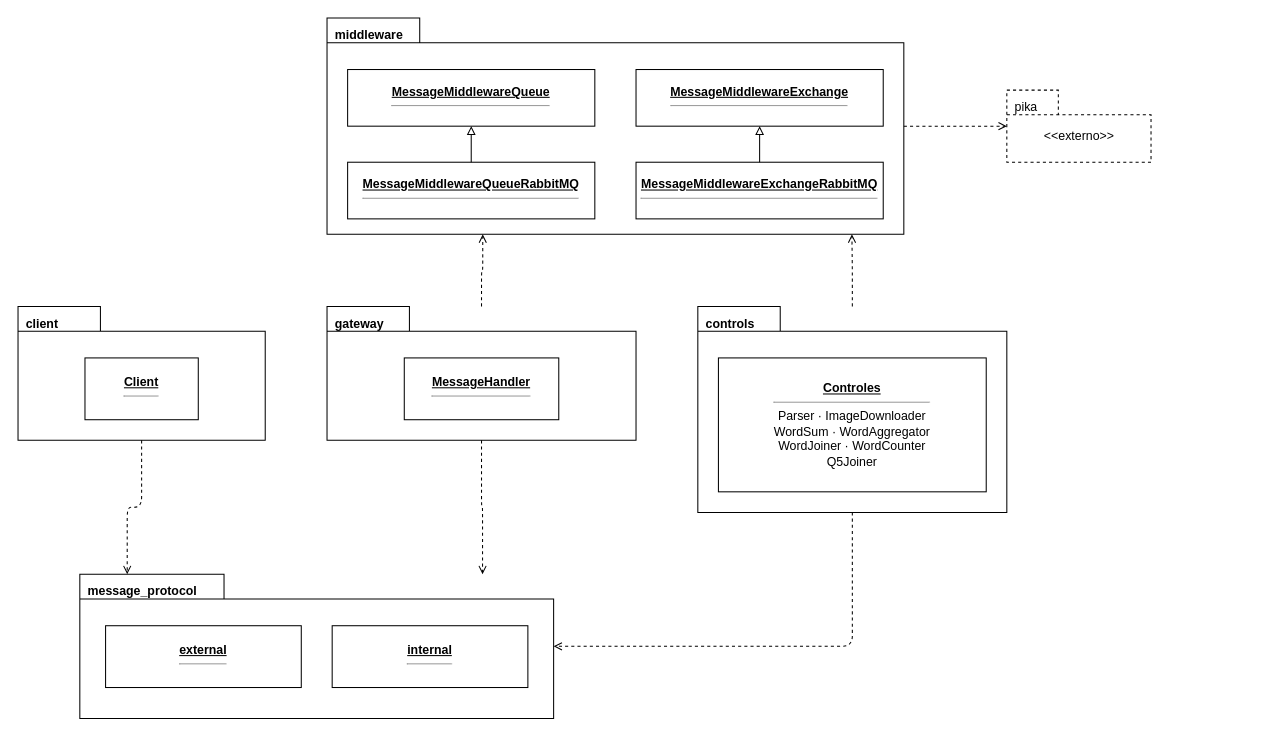
LuccaMarino/tp-grupal_Distribuidos keeps this draw.io diagram as diseño/diagramas/paquetes.drawio. Above is the earlier version. Source tidied: cells renumbered, new cells numbered last; positions are measured from the earlier drawing's top-left corner, leaving out a move shared by most shapes. Both pictures are drawn from the tidied source at 103%, with x=0, y=0 at pixel (18, 18).
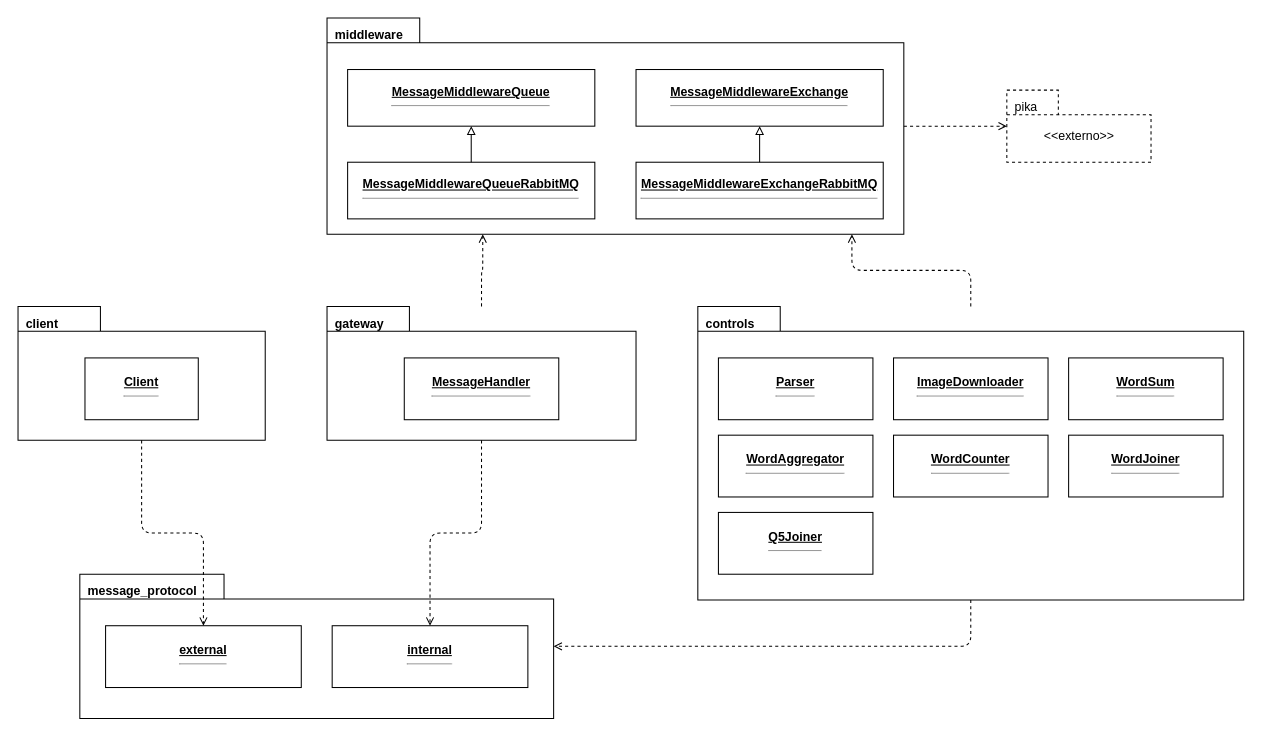
The same diagram, later.

Unchanged cells that the change refers to:
```xml
<mxCell id="11" value="client" style="shape=folder;fontStyle=1;tabWidth=80;tabHeight=24;tabPosition=left;html=1;whiteSpace=wrap;align=left;spacingLeft=6;verticalAlign=top;spacingTop=3;" parent="1" vertex="1">
  <mxGeometry y="280" width="240" height="130" as="geometry" />
</mxCell>
<mxCell id="13" value="gateway" style="shape=folder;fontStyle=1;tabWidth=80;tabHeight=24;tabPosition=left;html=1;whiteSpace=wrap;align=left;spacingLeft=6;verticalAlign=top;spacingTop=3;" parent="1" vertex="1">
  <mxGeometry x="300" y="280" width="300" height="130" as="geometry" />
</mxCell>
<mxCell id="17" value="message_protocol" style="shape=folder;fontStyle=1;tabWidth=140;tabHeight=24;tabPosition=left;html=1;whiteSpace=wrap;align=left;spacingLeft=6;verticalAlign=top;spacingTop=3;" parent="1" vertex="1">
  <mxGeometry x="60" y="540" width="460" height="140" as="geometry" />
</mxCell>
<mxCell id="18" value="&lt;u&gt;&lt;b&gt;external&lt;/b&gt;&lt;/u&gt;&lt;hr size=&quot;1&quot;&gt;" style="html=1;whiteSpace=wrap;align=center;" parent="17" vertex="1">
  <mxGeometry x="25" y="50" width="190" height="60" as="geometry" />
</mxCell>
<mxCell id="19" value="&lt;u&gt;&lt;b&gt;internal&lt;/b&gt;&lt;/u&gt;&lt;hr size=&quot;1&quot;&gt;" style="html=1;whiteSpace=wrap;align=center;" parent="17" vertex="1">
  <mxGeometry x="245" y="50" width="190" height="60" as="geometry" />
</mxCell>
```

Change to the diagram source:
```diff
@@
     <mxCell id="15" value="controls" style="shape=folder;fontStyle=1;tabWidth=80;tabHeight=24;tabPosition=left;html=1;whiteSpace=wrap;align=left;spacingLeft=6;verticalAlign=top;spacingTop=3;" parent="1" vertex="1">
-      <mxGeometry x="660" y="280" width="300" height="200" as="geometry" />
+      <mxGeometry x="660" y="280" width="530" height="285" as="geometry" />
     </mxCell>
-    <mxCell id="16" value="&lt;u&gt;&lt;b&gt;Controles&lt;/b&gt;&lt;/u&gt;&lt;hr size=&quot;1&quot;&gt;Parser · ImageDownloader&lt;br&gt;WordSum · WordAggregator&lt;br&gt;WordJoiner · WordCounter&lt;br&gt;Q5Joiner" style="html=1;whiteSpace=wrap;align=center;" parent="15" vertex="1">
-      <mxGeometry x="20" y="50" width="260" height="130" as="geometry" />
-    </mxCell>
+    <mxCell id="26" value="&lt;u&gt;&lt;b&gt;Parser&lt;/b&gt;&lt;/u&gt;&lt;hr size=&quot;1&quot;&gt;" style="html=1;whiteSpace=wrap;align=center;" parent="15" vertex="1">
+      <mxGeometry x="20" y="50" width="150" height="60" as="geometry" />
+    </mxCell>
+    <mxCell id="27" value="&lt;u&gt;&lt;b&gt;ImageDownloader&lt;/b&gt;&lt;/u&gt;&lt;hr size=&quot;1&quot;&gt;" style="html=1;whiteSpace=wrap;align=center;" parent="15" vertex="1">
+      <mxGeometry x="190" y="50" width="150" height="60" as="geometry" />
+    </mxCell>
+    <mxCell id="28" value="&lt;u&gt;&lt;b&gt;WordSum&lt;/b&gt;&lt;/u&gt;&lt;hr size=&quot;1&quot;&gt;" style="html=1;whiteSpace=wrap;align=center;" parent="15" vertex="1">
+      <mxGeometry x="360" y="50" width="150" height="60" as="geometry" />
+    </mxCell>
+    <mxCell id="29" value="&lt;u&gt;&lt;b&gt;WordAggregator&lt;/b&gt;&lt;/u&gt;&lt;hr size=&quot;1&quot;&gt;" style="html=1;whiteSpace=wrap;align=center;" parent="15" vertex="1">
+      <mxGeometry x="20" y="125" width="150" height="60" as="geometry" />
+    </mxCell>
+    <mxCell id="30" value="&lt;u&gt;&lt;b&gt;WordCounter&lt;/b&gt;&lt;/u&gt;&lt;hr size=&quot;1&quot;&gt;" style="html=1;whiteSpace=wrap;align=center;" parent="15" vertex="1">
+      <mxGeometry x="190" y="125" width="150" height="60" as="geometry" />
+    </mxCell>
+    <mxCell id="31" value="&lt;u&gt;&lt;b&gt;WordJoiner&lt;/b&gt;&lt;/u&gt;&lt;hr size=&quot;1&quot;&gt;" style="html=1;whiteSpace=wrap;align=center;" parent="15" vertex="1">
+      <mxGeometry x="360" y="125" width="150" height="60" as="geometry" />
+    </mxCell>
+    <mxCell id="32" value="&lt;u&gt;&lt;b&gt;Q5Joiner&lt;/b&gt;&lt;/u&gt;&lt;hr size=&quot;1&quot;&gt;" style="html=1;whiteSpace=wrap;align=center;" parent="15" vertex="1">
+      <mxGeometry x="20" y="200" width="150" height="60" as="geometry" />
+    </mxCell>
@@
-    <mxCell id="20" style="edgeStyle=orthogonalEdgeStyle;html=1;endArrow=open;dashed=1;exitX=0.5;exitY=1;entryX=0.1;entryY=0;" parent="1" edge="1" source="11" target="17">
+    <mxCell id="20" style="edgeStyle=orthogonalEdgeStyle;html=1;endArrow=open;dashed=1;exitX=0.5;exitY=1;entryX=0.5;entryY=0;" parent="1" edge="1" source="11" target="18">
       <mxGeometry relative="1" as="geometry" />
     </mxCell>
-    <mxCell id="21" style="edgeStyle=orthogonalEdgeStyle;html=1;endArrow=open;dashed=1;exitX=0.5;exitY=1;entryX=0.85;entryY=0;" parent="1" edge="1" source="13" target="17">
+    <mxCell id="21" style="edgeStyle=orthogonalEdgeStyle;html=1;endArrow=open;dashed=1;exitX=0.5;exitY=1;entryX=0.5;entryY=0;" parent="1" edge="1" source="13" target="19">
       <mxGeometry relative="1" as="geometry" />
     </mxCell>
```
